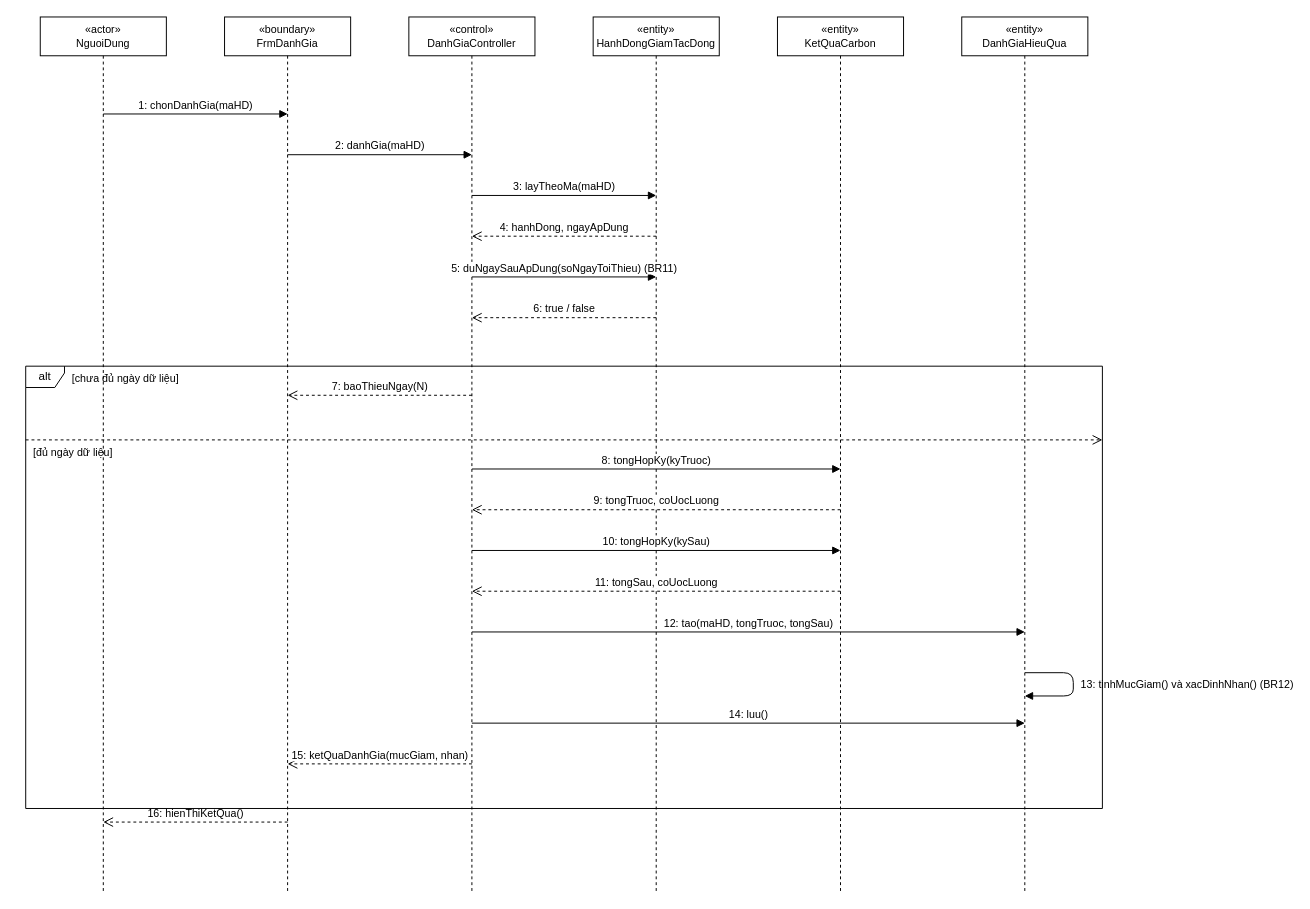
Before: docs/diagrams/03_TuanTu/UC_GD_019_Sequence_DanhGiaHieuQua.drawio in TranThienNhan8279/GreenDash, a draw.io diagram. Source tidied: cells renumbered, new cells numbered last; positions are measured from the earlier drawing's top-left corner, leaving out a move shared by most shapes. Both pictures are drawn from the tidied source at 97%, with x=0, y=0 at pixel (25, 16).
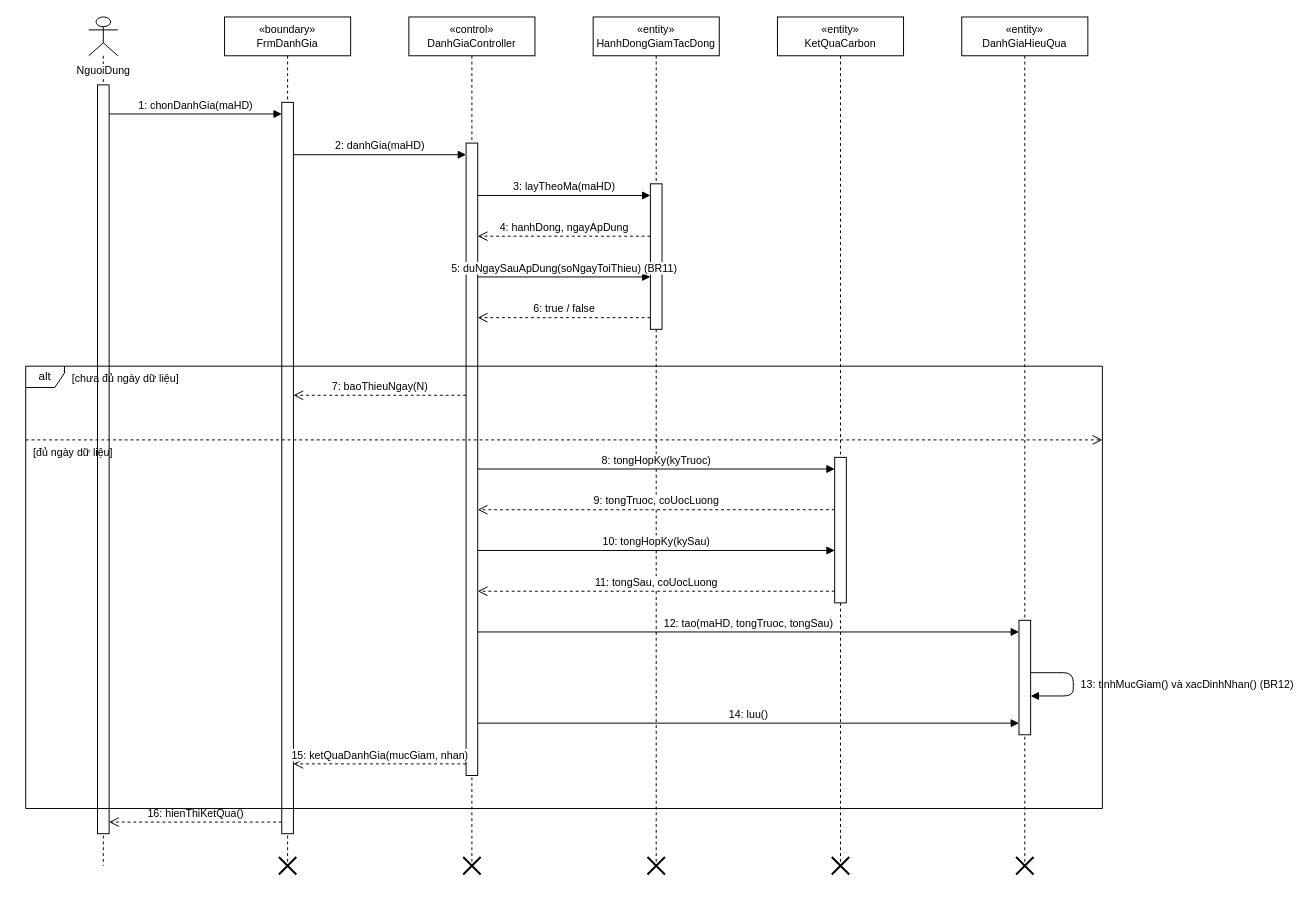
After the change.

The edit, as a diff of the source:
```diff
@@
-    <mxCell id="2" value="«actor»&lt;br&gt;NguoiDung" style="shape=umlLifeline;perimeter=lifelinePerimeter;whiteSpace=wrap;html=1;fontSize=11;" parent="1" vertex="1">
-      <mxGeometry x="15" width="130" height="902" as="geometry" />
+    <mxCell id="2" value="NguoiDung" style="shape=umlLifeline;participant=umlActor;verticalAlign=top;spacingTop=42;labelBackgroundColor=#ffffff;perimeter=lifelinePerimeter;whiteSpace=nowrap;html=1;fontSize=11;" parent="1" vertex="1">
+      <mxGeometry x="65" width="30" height="875" as="geometry" />
     </mxCell>
     <mxCell id="3" value="«boundary»&lt;br&gt;FrmDanhGia" style="shape=umlLifeline;perimeter=lifelinePerimeter;whiteSpace=wrap;html=1;fontSize=11;" parent="1" vertex="1">
-      <mxGeometry x="205" width="130" height="902" as="geometry" />
+      <mxGeometry x="205" width="130" height="875" as="geometry" />
     </mxCell>
     <mxCell id="4" value="«control»&lt;br&gt;DanhGiaController" style="shape=umlLifeline;perimeter=lifelinePerimeter;whiteSpace=wrap;html=1;fontSize=11;" parent="1" vertex="1">
-      <mxGeometry x="395" width="130" height="902" as="geometry" />
+      <mxGeometry x="395" width="130" height="875" as="geometry" />
     </mxCell>
     <mxCell id="5" value="«entity»&lt;br&gt;HanhDongGiamTacDong" style="shape=umlLifeline;perimeter=lifelinePerimeter;whiteSpace=wrap;html=1;fontSize=11;" parent="1" vertex="1">
-      <mxGeometry x="585" width="130" height="902" as="geometry" />
+      <mxGeometry x="585" width="130" height="875" as="geometry" />
     </mxCell>
     <mxCell id="6" value="«entity»&lt;br&gt;KetQuaCarbon" style="shape=umlLifeline;perimeter=lifelinePerimeter;whiteSpace=wrap;html=1;fontSize=11;" parent="1" vertex="1">
-      <mxGeometry x="775" width="130" height="902" as="geometry" />
+      <mxGeometry x="775" width="130" height="875" as="geometry" />
     </mxCell>
     <mxCell id="7" value="«entity»&lt;br&gt;DanhGiaHieuQua" style="shape=umlLifeline;perimeter=lifelinePerimeter;whiteSpace=wrap;html=1;fontSize=11;" parent="1" vertex="1">
-      <mxGeometry x="965" width="130" height="902" as="geometry" />
+      <mxGeometry x="965" width="130" height="875" as="geometry" />
     </mxCell>
+    <mxCell id="28" style="html=1;perimeter=orthogonalPerimeter;fillColor=#ffffff;strokeColor=#000000;" parent="1" vertex="1">
+      <mxGeometry x="74" y="70" width="12" height="772" as="geometry" />
+    </mxCell>
+    <mxCell id="29" style="html=1;perimeter=orthogonalPerimeter;fillColor=#ffffff;strokeColor=#000000;" parent="1" vertex="1">
+      <mxGeometry x="264" y="88" width="12" height="754" as="geometry" />
+    </mxCell>
+    <mxCell id="30" style="shape=umlDestroy;html=1;strokeWidth=2;strokeColor=#000000;" parent="1" vertex="1">
+      <mxGeometry x="261" y="866" width="18" height="18" as="geometry" />
+    </mxCell>
+    <mxCell id="31" style="html=1;perimeter=orthogonalPerimeter;fillColor=#ffffff;strokeColor=#000000;" parent="1" vertex="1">
+      <mxGeometry x="454" y="130" width="12" height="652" as="geometry" />
+    </mxCell>
+    <mxCell id="32" style="shape=umlDestroy;html=1;strokeWidth=2;strokeColor=#000000;" parent="1" vertex="1">
+      <mxGeometry x="451" y="866" width="18" height="18" as="geometry" />
+    </mxCell>
+    <mxCell id="33" style="html=1;perimeter=orthogonalPerimeter;fillColor=#ffffff;strokeColor=#000000;" parent="1" vertex="1">
+      <mxGeometry x="644" y="172" width="12" height="150" as="geometry" />
+    </mxCell>
+    <mxCell id="34" style="shape=umlDestroy;html=1;strokeWidth=2;strokeColor=#000000;" parent="1" vertex="1">
+      <mxGeometry x="641" y="866" width="18" height="18" as="geometry" />
+    </mxCell>
+    <mxCell id="35" style="html=1;perimeter=orthogonalPerimeter;fillColor=#ffffff;strokeColor=#000000;" parent="1" vertex="1">
+      <mxGeometry x="834" y="454" width="12" height="150" as="geometry" />
+    </mxCell>
+    <mxCell id="36" style="shape=umlDestroy;html=1;strokeWidth=2;strokeColor=#000000;" parent="1" vertex="1">
+      <mxGeometry x="831" y="866" width="18" height="18" as="geometry" />
+    </mxCell>
+    <mxCell id="37" style="html=1;perimeter=orthogonalPerimeter;fillColor=#ffffff;strokeColor=#000000;" parent="1" vertex="1">
+      <mxGeometry x="1024" y="622" width="12" height="118" as="geometry" />
+    </mxCell>
+    <mxCell id="38" style="shape=umlDestroy;html=1;strokeWidth=2;strokeColor=#000000;" parent="1" vertex="1">
+      <mxGeometry x="1021" y="866" width="18" height="18" as="geometry" />
+    </mxCell>
     <mxCell id="8" value="1: chonDanhGia(maHD)" style="html=1;verticalAlign=bottom;endArrow=block;endFill=1;" parent="1" edge="1">
       <mxGeometry relative="1" as="geometry">
-        <mxPoint x="80" y="100" as="sourcePoint" />
-        <mxPoint x="270" y="100" as="targetPoint" />
+        <mxPoint x="86" y="100" as="sourcePoint" />
+        <mxPoint x="264" y="100" as="targetPoint" />
       </mxGeometry>
     </mxCell>
     <mxCell id="9" value="2: danhGia(maHD)" style="html=1;verticalAlign=bottom;endArrow=block;endFill=1;" parent="1" edge="1">
       <mxGeometry relative="1" as="geometry">
-        <mxPoint x="270" y="142" as="sourcePoint" />
-        <mxPoint x="460" y="142" as="targetPoint" />
+        <mxPoint x="276" y="142" as="sourcePoint" />
+        <mxPoint x="454" y="142" as="targetPoint" />
       </mxGeometry>
     </mxCell>
     <mxCell id="10" value="3: layTheoMa(maHD)" style="html=1;verticalAlign=bottom;endArrow=block;endFill=1;" parent="1" edge="1">
       <mxGeometry relative="1" as="geometry">
-        <mxPoint x="460" y="184" as="sourcePoint" />
-        <mxPoint x="650" y="184" as="targetPoint" />
+        <mxPoint x="466" y="184" as="sourcePoint" />
+        <mxPoint x="644" y="184" as="targetPoint" />
       </mxGeometry>
     </mxCell>
     <mxCell id="11" value="4: hanhDong, ngayApDung" style="html=1;verticalAlign=bottom;endArrow=open;endSize=8;dashed=1;" parent="1" edge="1">
       <mxGeometry relative="1" as="geometry">
-        <mxPoint x="650" y="226" as="sourcePoint" />
-        <mxPoint x="460" y="226" as="targetPoint" />
+        <mxPoint x="644" y="226" as="sourcePoint" />
+        <mxPoint x="466" y="226" as="targetPoint" />
       </mxGeometry>
     </mxCell>
     <mxCell id="12" value="5: duNgaySauApDung(soNgayToiThieu)  (BR11)" style="html=1;verticalAlign=bottom;endArrow=block;endFill=1;" parent="1" edge="1">
       <mxGeometry relative="1" as="geometry">
-        <mxPoint x="460" y="268" as="sourcePoint" />
-        <mxPoint x="650" y="268" as="targetPoint" />
+        <mxPoint x="466" y="268" as="sourcePoint" />
+        <mxPoint x="644" y="268" as="targetPoint" />
       </mxGeometry>
     </mxCell>
     <mxCell id="13" value="6: true / false" style="html=1;verticalAlign=bottom;endArrow=open;endSize=8;dashed=1;" parent="1" edge="1">
       <mxGeometry relative="1" as="geometry">
-        <mxPoint x="650" y="310" as="sourcePoint" />
-        <mxPoint x="460" y="310" as="targetPoint" />
+        <mxPoint x="644" y="310" as="sourcePoint" />
+        <mxPoint x="466" y="310" as="targetPoint" />
       </mxGeometry>
     </mxCell>
     <mxCell id="14" value="7: baoThieuNgay(N)" style="html=1;verticalAlign=bottom;endArrow=open;endSize=8;dashed=1;" parent="1" edge="1">
       <mxGeometry relative="1" as="geometry">
-        <mxPoint x="460" y="390" as="sourcePoint" />
-        <mxPoint x="270" y="390" as="targetPoint" />
+        <mxPoint x="454" y="390" as="sourcePoint" />
+        <mxPoint x="276" y="390" as="targetPoint" />
       </mxGeometry>
     </mxCell>
     <mxCell id="15" value="8: tongHopKy(kyTruoc)" style="html=1;verticalAlign=bottom;endArrow=block;endFill=1;" parent="1" edge="1">
       <mxGeometry relative="1" as="geometry">
-        <mxPoint x="460" y="466" as="sourcePoint" />
-        <mxPoint x="840" y="466" as="targetPoint" />
+        <mxPoint x="466" y="466" as="sourcePoint" />
+        <mxPoint x="834" y="466" as="targetPoint" />
       </mxGeometry>
     </mxCell>
     <mxCell id="16" value="9: tongTruoc, coUocLuong" style="html=1;verticalAlign=bottom;endArrow=open;endSize=8;dashed=1;" parent="1" edge="1">
       <mxGeometry relative="1" as="geometry">
-        <mxPoint x="840" y="508" as="sourcePoint" />
-        <mxPoint x="460" y="508" as="targetPoint" />
+        <mxPoint x="834" y="508" as="sourcePoint" />
+        <mxPoint x="466" y="508" as="targetPoint" />
       </mxGeometry>
     </mxCell>
     <mxCell id="17" value="10: tongHopKy(kySau)" style="html=1;verticalAlign=bottom;endArrow=block;endFill=1;" parent="1" edge="1">
       <mxGeometry relative="1" as="geometry">
-        <mxPoint x="460" y="550" as="sourcePoint" />
-        <mxPoint x="840" y="550" as="targetPoint" />
+        <mxPoint x="466" y="550" as="sourcePoint" />
+        <mxPoint x="834" y="550" as="targetPoint" />
       </mxGeometry>
     </mxCell>
     <mxCell id="18" value="11: tongSau, coUocLuong" style="html=1;verticalAlign=bottom;endArrow=open;endSize=8;dashed=1;" parent="1" edge="1">
       <mxGeometry relative="1" as="geometry">
-        <mxPoint x="840" y="592" as="sourcePoint" />
-        <mxPoint x="460" y="592" as="targetPoint" />
+        <mxPoint x="834" y="592" as="sourcePoint" />
+        <mxPoint x="466" y="592" as="targetPoint" />
       </mxGeometry>
     </mxCell>
     <mxCell id="19" value="12: tao(maHD, tongTruoc, tongSau)" style="html=1;verticalAlign=bottom;endArrow=block;endFill=1;" parent="1" edge="1">
       <mxGeometry relative="1" as="geometry">
-        <mxPoint x="460" y="634" as="sourcePoint" />
-        <mxPoint x="1030" y="634" as="targetPoint" />
+        <mxPoint x="466" y="634" as="sourcePoint" />
+        <mxPoint x="1024" y="634" as="targetPoint" />
       </mxGeometry>
     </mxCell>
     <mxCell id="20" value="13: tinhMucGiam()  và xacDinhNhan()  (BR12)" style="html=1;verticalAlign=bottom;endArrow=block;endFill=1;align=left;spacingLeft=6;verticalAlign=middle;" parent="1" edge="1">
       <mxGeometry relative="1" as="geometry">
-        <mxPoint x="1030" y="676" as="sourcePoint" />
-        <mxPoint x="1030" y="700" as="targetPoint" />
+        <mxPoint x="1036" y="676" as="sourcePoint" />
+        <mxPoint x="1036" y="700" as="targetPoint" />
         <Array as="points">
           <mxPoint x="1080" y="676" />
           <mxPoint x="1080" y="700" />
         </Array>
       </mxGeometry>
     </mxCell>
     <mxCell id="21" value="14: luu()" style="html=1;verticalAlign=bottom;endArrow=block;endFill=1;" parent="1" edge="1">
       <mxGeometry relative="1" as="geometry">
-        <mxPoint x="460" y="728" as="sourcePoint" />
-        <mxPoint x="1030" y="728" as="targetPoint" />
+        <mxPoint x="466" y="728" as="sourcePoint" />
+        <mxPoint x="1024" y="728" as="targetPoint" />
       </mxGeometry>
     </mxCell>
     <mxCell id="22" value="15: ketQuaDanhGia(mucGiam, nhan)" style="html=1;verticalAlign=bottom;endArrow=open;endSize=8;dashed=1;" parent="1" edge="1">
       <mxGeometry relative="1" as="geometry">
-        <mxPoint x="460" y="770" as="sourcePoint" />
-        <mxPoint x="270" y="770" as="targetPoint" />
+        <mxPoint x="454" y="770" as="sourcePoint" />
+        <mxPoint x="276" y="770" as="targetPoint" />
       </mxGeometry>
     </mxCell>
     <mxCell id="23" value="16: hienThiKetQua()" style="html=1;verticalAlign=bottom;endArrow=open;endSize=8;dashed=1;" parent="1" edge="1">
       <mxGeometry relative="1" as="geometry">
-        <mxPoint x="270" y="830" as="sourcePoint" />
-        <mxPoint x="80" y="830" as="targetPoint" />
+        <mxPoint x="264" y="830" as="sourcePoint" />
+        <mxPoint x="86" y="830" as="targetPoint" />
       </mxGeometry>
     </mxCell>
```
